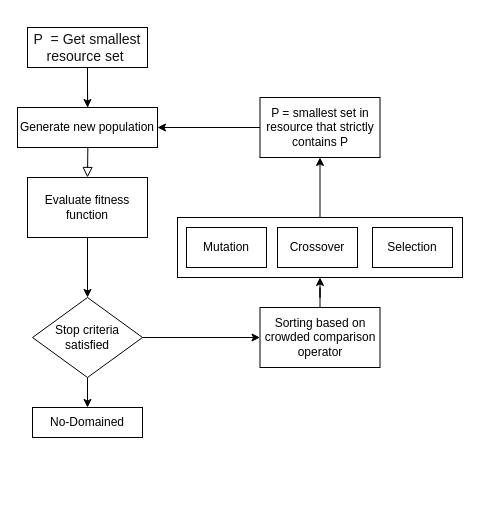
The draw.io diagram 未命名绘图.drawio in lihuahua123/studyFiles, before the edit. Source tidied: cells renumbered, new cells numbered last; positions are measured from the earlier drawing's top-left corner, leaving out a move shared by most shapes. Both pictures are drawn from the tidied source at 100%, with x=0, y=0 at pixel (17, 27).
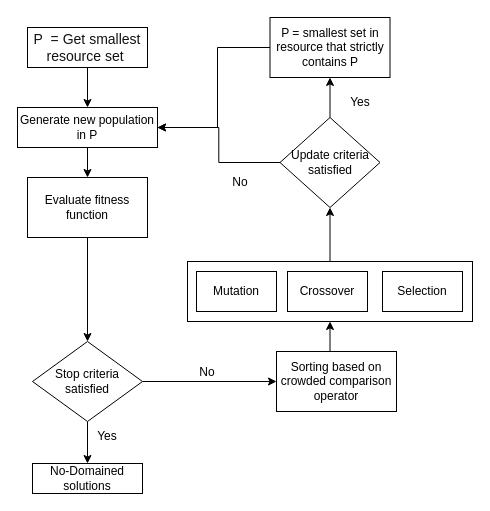
The same diagram, later.

Commit message:
更新未命名绘图.drawio

Unchanged cells that the change refers to:
```xml
<mxCell id="7" value="Evaluate fitness function" style="rounded=0;whiteSpace=wrap;html=1;" parent="1" vertex="1">
  <mxGeometry x="10" y="150" width="120" height="60" as="geometry" />
</mxCell>
```

What changed in the source:
```diff
@@
-    <mxCell id="2" style="rounded=0;html=1;jettySize=auto;fontSize=11;endArrow=block;endFill=0;endSize=8;strokeWidth=1;shadow=0;labelBackgroundColor=none;edgeStyle=orthogonalEdgeStyle;entryX=0.5;entryY=0;entryDx=0;entryDy=0;" parent="1" edge="1" target="7">
-      <mxGeometry relative="1" as="geometry">
-        <mxPoint x="70" y="60" as="sourcePoint" />
-      </mxGeometry>
-    </mxCell>
@@
     <mxCell id="10" value="Stop criteria satisfied" style="rhombus;whiteSpace=wrap;html=1;rounded=0;" parent="1" vertex="1">
-      <mxGeometry x="15" y="270" width="110" height="80" as="geometry" />
+      <mxGeometry x="15" y="314" width="110" height="80" as="geometry" />
     </mxCell>
-    <mxCell id="11" value="No-Domained" style="whiteSpace=wrap;html=1;rounded=0;" parent="1" vertex="1">
-      <mxGeometry x="15" y="380" width="110" height="30" as="geometry" />
+    <mxCell id="11" value="No-Domained solutions" style="whiteSpace=wrap;html=1;rounded=0;" parent="1" vertex="1">
+      <mxGeometry x="15" y="436" width="110" height="30" as="geometry" />
     </mxCell>
-    <mxCell id="12" style="edgeStyle=orthogonalEdgeStyle;rounded=0;jettySize=auto;html=1;entryX=0.5;entryY=1;entryDx=0;entryDy=0;fontFamily=Helvetica;" parent="1" edge="1" source="13" target="15">
+    <mxCell id="12" style="edgeStyle=orthogonalEdgeStyle;rounded=0;jettySize=auto;html=1;exitX=0.5;exitY=0;exitDx=0;exitDy=0;entryX=0.5;entryY=1;entryDx=0;entryDy=0;" parent="1" edge="1" source="13" target="15">
       <mxGeometry relative="1" as="geometry" />
     </mxCell>
     <mxCell id="13" value="Sorting based on crowded comparison operator" style="whiteSpace=wrap;html=1;rounded=0;" parent="1" vertex="1">
-      <mxGeometry x="242.5" y="280" width="120" height="60" as="geometry" />
+      <mxGeometry x="259" y="324" width="120" height="60" as="geometry" />
     </mxCell>
-    <mxCell id="14" style="edgeStyle=orthogonalEdgeStyle;rounded=0;jettySize=auto;html=1;entryX=0.5;entryY=1;entryDx=0;entryDy=0;" parent="1" edge="1" source="15" target="23">
-      <mxGeometry relative="1" as="geometry" />
-    </mxCell>
+    <mxCell id="24" style="edgeStyle=orthogonalEdgeStyle;rounded=0;jettySize=auto;html=1;exitX=0.5;exitY=0;exitDx=0;exitDy=0;entryX=0.5;entryY=1;entryDx=0;entryDy=0;" parent="1" edge="1" source="15" target="30">
+      <mxGeometry relative="1" as="geometry" />
+    </mxCell>
     <mxCell id="15" style="whiteSpace=wrap;html=1;rounded=0;" parent="1" vertex="1">
-      <mxGeometry x="160" y="190" width="285" height="60" as="geometry" />
+      <mxGeometry x="170" y="234" width="285" height="60" as="geometry" />
     </mxCell>
     <mxCell id="16" value="Mutation" style="rounded=0;whiteSpace=wrap;html=1;" parent="1" vertex="1">
-      <mxGeometry x="169" y="200" width="80" height="40" as="geometry" />
+      <mxGeometry x="179" y="244" width="80" height="40" as="geometry" />
     </mxCell>
     <mxCell id="17" value="Crossover" style="rounded=0;whiteSpace=wrap;html=1;" parent="1" vertex="1">
-      <mxGeometry x="260" y="200" width="80" height="40" as="geometry" />
+      <mxGeometry x="270" y="244" width="80" height="40" as="geometry" />
     </mxCell>
     <mxCell id="18" value="Selection" style="rounded=0;whiteSpace=wrap;html=1;" parent="1" vertex="1">
-      <mxGeometry x="355" y="200" width="80" height="40" as="geometry" />
+      <mxGeometry x="365" y="244" width="80" height="40" as="geometry" />
     </mxCell>
+    <mxCell id="25" style="edgeStyle=orthogonalEdgeStyle;rounded=0;jettySize=auto;html=1;" parent="1" edge="1" source="19" target="7">
+      <mxGeometry relative="1" as="geometry" />
+    </mxCell>
-    <mxCell id="19" value="Generate new population" style="whiteSpace=wrap;html=1;rounded=0;" parent="1" vertex="1">
+    <mxCell id="19" value="Generate new population in P" style="whiteSpace=wrap;html=1;rounded=0;" parent="1" vertex="1">
       <mxGeometry y="80" width="140" height="40" as="geometry" />
     </mxCell>
@@
     <mxCell id="22" style="edgeStyle=orthogonalEdgeStyle;rounded=0;jettySize=auto;html=1;entryX=1;entryY=0.5;entryDx=0;entryDy=0;" parent="1" edge="1" source="23" target="19">
-      <mxGeometry relative="1" as="geometry" />
+      <mxGeometry relative="1" as="geometry">
+        <Array as="points">
+          <mxPoint x="200" y="20" />
+          <mxPoint x="200" y="100" />
+        </Array>
+      </mxGeometry>
     </mxCell>
     <mxCell id="23" value="P = smallest set in resource that strictly contains P" style="rounded=0;whiteSpace=wrap;html=1;" parent="1" vertex="1">
-      <mxGeometry x="242.5" y="70" width="120" height="60" as="geometry" />
+      <mxGeometry x="252.5" y="-10" width="120" height="60" as="geometry" />
     </mxCell>
+    <mxCell id="26" value="Yes" style="text;html=1;strokeColor=none;fillColor=none;align=center;verticalAlign=middle;whiteSpace=wrap;rounded=0;" parent="1" vertex="1">
+      <mxGeometry x="60" y="394" width="60" height="30" as="geometry" />
+    </mxCell>
+    <mxCell id="27" value="No" style="text;html=1;strokeColor=none;fillColor=none;align=center;verticalAlign=middle;whiteSpace=wrap;rounded=0;" parent="1" vertex="1">
+      <mxGeometry x="160" y="330" width="60" height="30" as="geometry" />
+    </mxCell>
+    <mxCell id="28" style="edgeStyle=orthogonalEdgeStyle;rounded=0;jettySize=auto;html=1;exitX=0.5;exitY=0;exitDx=0;exitDy=0;" parent="1" edge="1" source="30" target="23">
+      <mxGeometry relative="1" as="geometry" />
+    </mxCell>
+    <mxCell id="29" style="edgeStyle=orthogonalEdgeStyle;rounded=0;jettySize=auto;html=1;exitX=0;exitY=0.5;exitDx=0;exitDy=0;entryX=1;entryY=0.5;entryDx=0;entryDy=0;" parent="1" edge="1" source="30" target="19">
+      <mxGeometry relative="1" as="geometry" />
+    </mxCell>
+    <mxCell id="30" value="Update criteria satisfied" style="rhombus;whiteSpace=wrap;html=1;" parent="1" vertex="1">
+      <mxGeometry x="262.5" y="90" width="100" height="90" as="geometry" />
+    </mxCell>
+    <mxCell id="31" value="No" style="text;html=1;strokeColor=none;fillColor=none;align=center;verticalAlign=middle;whiteSpace=wrap;rounded=0;" parent="1" vertex="1">
+      <mxGeometry x="192.5" y="140" width="60" height="30" as="geometry" />
+    </mxCell>
+    <mxCell id="32" value="Yes" style="text;html=1;strokeColor=none;fillColor=none;align=center;verticalAlign=middle;whiteSpace=wrap;rounded=0;" parent="1" vertex="1">
+      <mxGeometry x="312.5" y="60" width="60" height="30" as="geometry" />
+    </mxCell>
```
